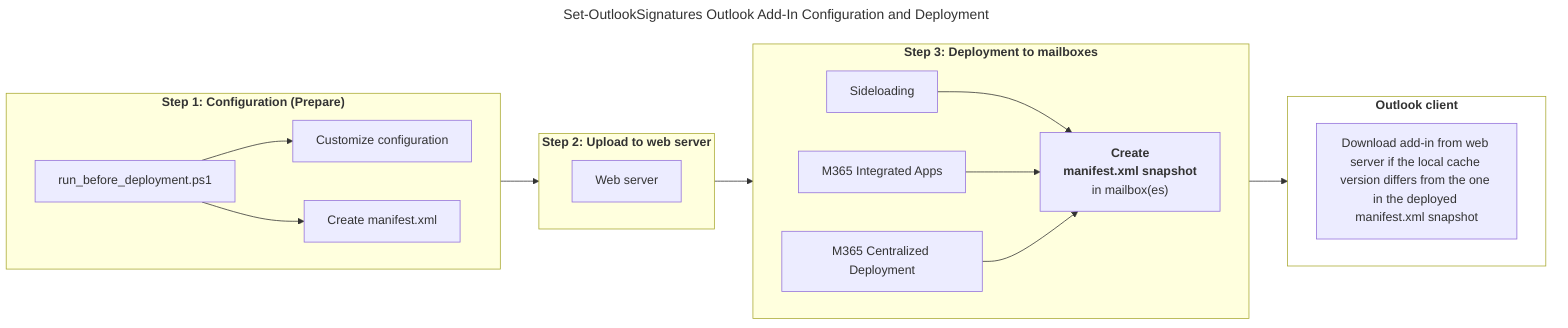
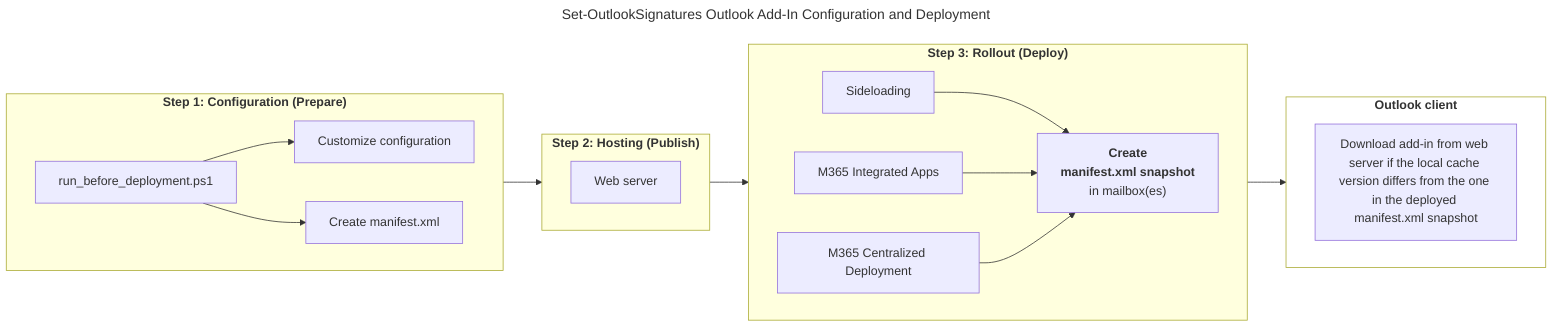
---
title: Set-OutlookSignatures Outlook Add-In Configuration and Deployment
config:
  layout: dagre
---
flowchart LR
  classDef nofill fill:none;

  subgraph S1 ["<b>Step 1: Configuration (Prepare)</b>"]
    direction LR

    script["run_before_deployment.ps1"]
    files["Customize configuration"]
    manifest["Create manifest.xml"]

    script --> files
    script --> manifest
  end

-   subgraph S2 ["<b>Step 2: Upload to web server</b>"]
+   subgraph S2 ["<b>Step 2: Hosting (Publish)</b>"]
    direction LR

    server["Web server"]
  end

  subgraph Lifecycle ["<b>Outlook client</b>"]
    direction LR

    cache["Download add-in from web server if the local cache version differs from the one in the deployed manifest.xml snapshot"]
  end

-   subgraph S3 ["<b>Step 3: Deployment to mailboxes</b>"]
+   subgraph S3 ["<b>Step 3: Rollout (Deploy)</b>"]
    direction LR

    side["Sideloading"]
    int["M365 Integrated Apps"]
    cent["M365 Centralized Deployment"]
    mbox["<b>Create<br/>manifest.xml snapshot</b><br/>in mailbox(es)"]:::snapshot

    side & int & cent --> mbox
  end

  S1 --> S2
  S2 --> S3
  S3 --> Lifecycle

  class Lifecycle nofill;
  class methods nofill;